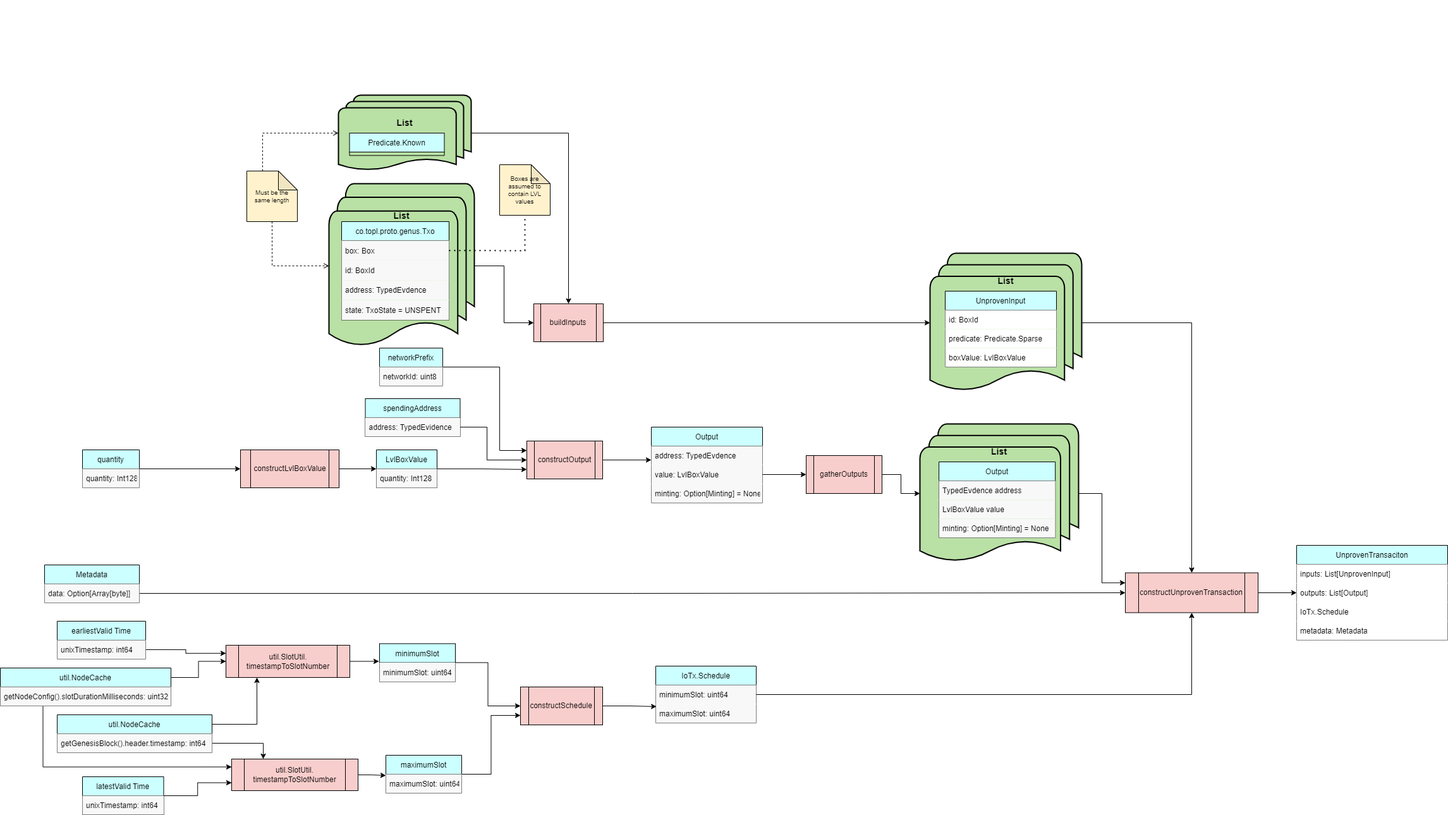
Above: docs/Modules/NativeTransactor/transaction_builder.drawio.png in Topl/BramblSc-docs (draw.io), before the change. Source tidied: cells renumbered, new cells last; positions are measured from the earlier drawing's top-left corner, leaving out a move shared by most shapes.
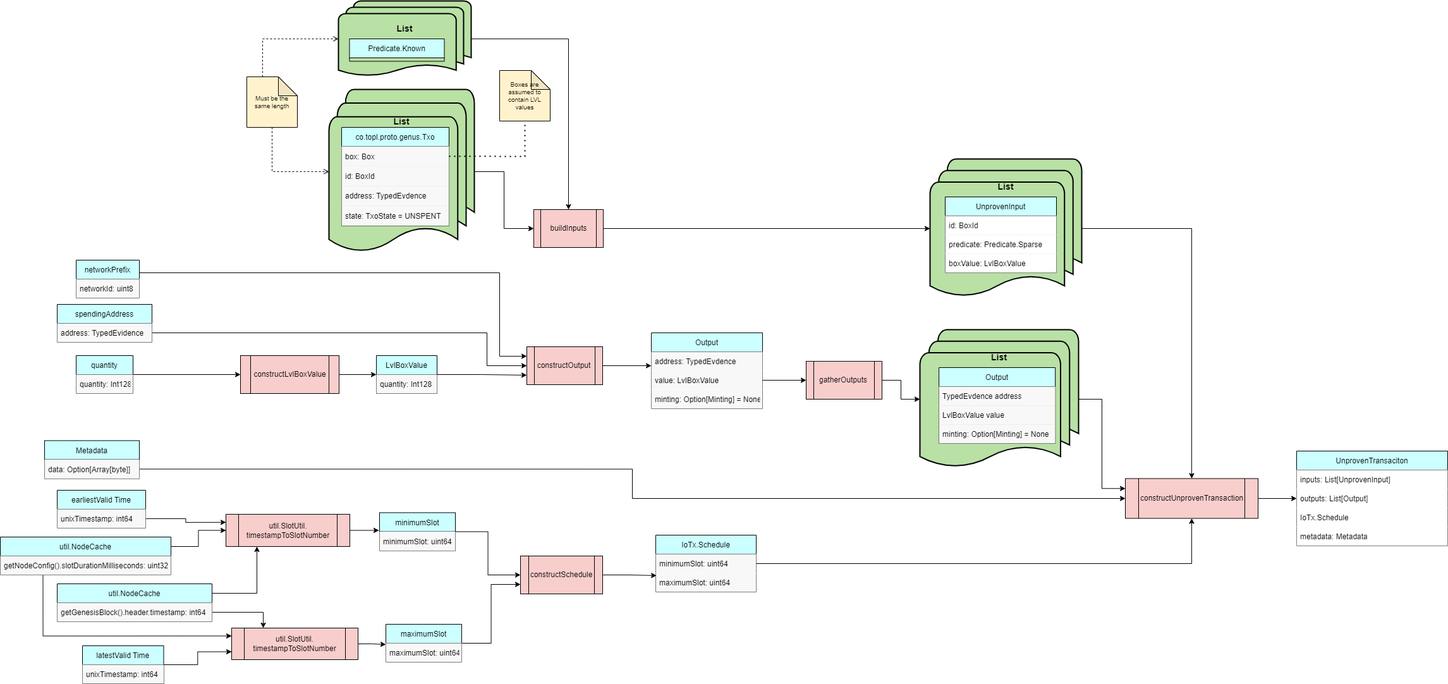
After the commit.

Diff of the diagram source:
```diff
@@ -2,12 +2,6 @@
   <root>
     <mxCell id="0" />
     <mxCell id="1" parent="0" />
-    <mxCell id="2" style="group;" parent="1" vertex="1">
-      <mxGeometry x="505" width="240" height="310" as="geometry" />
-    </mxCell>
-    <mxCell id="3" value="Predicate.Sparse" style="swimlane;fontStyle=0;horizontal=1;startSize=30;fillColor=#CCFFFF;" parent="2" vertex="1">
-      <mxGeometry x="51" y="172.7" width="150" height="73.3" as="geometry" />
-    </mxCell>
     <mxCell id="4" style="edgeStyle=orthogonalEdgeStyle;rounded=0;jettySize=auto;html=1;entryX=0;entryY=0.5;entryDx=0;entryDy=0;fontSize=10;endArrow=classic;endFill=1;" parent="1" edge="1" source="5" target="70">
       <mxGeometry relative="1" as="geometry" />
     </mxCell>
@@ -15,7 +9,7 @@
       <mxGeometry x="1780" y="905.5" width="210" height="63" as="geometry" />
     </mxCell>
     <mxCell id="6" value="IoTx.Schedule" style="swimlane;fontStyle=0;horizontal=1;startSize=30;fillColor=#CCFFFF;" parent="1" vertex="1">
-      <mxGeometry x="1037" y="1053" width="159" height="90" as="geometry" />
+      <mxGeometry x="1037" y="995" width="159" height="90" as="geometry" />
     </mxCell>
     <mxCell id="7" value="minimumSlot: uint64" style="text;strokeColor=none;fillColor=#F8F8F8;align=left;verticalAlign=middle;spacingLeft=4;spacingRight=4;overflow=hidden;" parent="6" vertex="1">
       <mxGeometry y="30" width="159" height="30" as="geometry" />
@@ -25,17 +19,17 @@
     </mxCell>
     <mxCell id="9" style="edgeStyle=orthogonalEdgeStyle;rounded=0;jettySize=auto;html=1;entryX=0.007;entryY=1.133;entryDx=0;entryDy=0;entryPerimeter=0;exitX=1;exitY=0.5;exitDx=0;exitDy=0;" parent="1" edge="1" source="10">
       <mxGeometry relative="1" as="geometry">
-        <mxPoint x="1038.1" y="1117" as="targetPoint" />
+        <mxPoint x="1038.1" y="1059" as="targetPoint" />
       </mxGeometry>
     </mxCell>
     <mxCell id="10" value="constructSchedule" style="shape=process;whiteSpace=wrap;html=1;backgroundOutline=1;fillColor=#F8CECC;" parent="1" vertex="1">
-      <mxGeometry x="823" y="1086" width="130" height="60" as="geometry" />
+      <mxGeometry x="823" y="1028" width="130" height="60" as="geometry" />
     </mxCell>
     <mxCell id="11" style="edgeStyle=orthogonalEdgeStyle;rounded=0;jettySize=auto;html=1;entryX=0;entryY=0.5;entryDx=0;entryDy=0;" parent="1" edge="1" source="12" target="10">
       <mxGeometry relative="1" as="geometry" />
     </mxCell>
     <mxCell id="12" value="minimumSlot" style="swimlane;fontStyle=0;horizontal=1;startSize=30;fillColor=#CCFFFF;" parent="1" vertex="1">
-      <mxGeometry x="600" y="1017.5" width="120" height="60" as="geometry" />
+      <mxGeometry x="600" y="959.5" width="120" height="60" as="geometry" />
     </mxCell>
     <mxCell id="13" value="minimumSlot: uint64" style="text;strokeColor=none;fillColor=#F8F8F8;align=left;verticalAlign=middle;spacingLeft=4;spacingRight=4;overflow=hidden;points=[[0,0.5],[1,0.5]];portConstraint=eastwest;" parent="12" vertex="1">
       <mxGeometry y="30" width="120" height="30" as="geometry" />
@@ -44,7 +38,7 @@
       <mxGeometry relative="1" as="geometry" />
     </mxCell>
     <mxCell id="15" value="maximumSlot" style="swimlane;fontStyle=0;horizontal=1;startSize=30;fillColor=#CCFFFF;" parent="1" vertex="1">
-      <mxGeometry x="610" y="1194" width="120" height="60" as="geometry" />
+      <mxGeometry x="610" y="1136" width="120" height="60" as="geometry" />
     </mxCell>
     <mxCell id="16" value="maximumSlot: uint64" style="text;strokeColor=none;fillColor=#F8F8F8;align=left;verticalAlign=middle;spacingLeft=4;spacingRight=4;overflow=hidden;points=[[0,0.5],[1,0.5]];portConstraint=eastwest;" parent="15" vertex="1">
       <mxGeometry y="30" width="120" height="30" as="geometry" />
@@ -95,7 +89,7 @@
       <mxGeometry relative="1" as="geometry" />
     </mxCell>
     <mxCell id="32" value="quantity" style="swimlane;fontStyle=0;horizontal=1;startSize=30;fillColor=#CCFFFF;" parent="1" vertex="1">
-      <mxGeometry x="130" y="711" width="90" height="60" as="geometry" />
+      <mxGeometry x="120" y="711" width="90" height="60" as="geometry" />
     </mxCell>
     <mxCell id="33" value="quantity: Int128" style="text;strokeColor=none;fillColor=#F8F8F8;align=left;verticalAlign=middle;spacingLeft=4;spacingRight=4;overflow=hidden;" parent="32" vertex="1">
       <mxGeometry y="30" width="90" height="30" as="geometry" />
@@ -130,7 +124,7 @@
       </mxGeometry>
     </mxCell>
     <mxCell id="42" value="spendingAddress" style="swimlane;fontStyle=0;horizontal=1;startSize=30;fillColor=#CCFFFF;" parent="1" vertex="1">
-      <mxGeometry x="577.5" y="630" width="150" height="60" as="geometry" />
+      <mxGeometry x="90" y="630" width="150" height="60" as="geometry" />
     </mxCell>
     <mxCell id="43" value="address: TypedEvidence" style="text;strokeColor=none;fillColor=#F8F8F8;align=left;verticalAlign=middle;spacingLeft=4;spacingRight=4;overflow=hidden;points=[[0,0.5],[1,0.5]];portConstraint=eastwest;" parent="42" vertex="1">
       <mxGeometry y="30" width="150" height="30" as="geometry" />
@@ -144,7 +138,7 @@
       </mxGeometry>
     </mxCell>
     <mxCell id="45" value="networkPrefix" style="swimlane;fontStyle=0;horizontal=1;startSize=30;fillColor=#CCFFFF;" parent="1" vertex="1">
-      <mxGeometry x="600" y="550" width="100" height="60" as="geometry" />
+      <mxGeometry x="120" y="560" width="100" height="60" as="geometry" />
     </mxCell>
     <mxCell id="46" value="networkId: uint8" style="text;strokeColor=none;fillColor=#F8F8F8;align=left;verticalAlign=middle;spacingLeft=4;spacingRight=4;overflow=hidden;" parent="45" vertex="1">
       <mxGeometry y="30" width="100" height="30" as="geometry" />
@@ -207,7 +201,7 @@
       <mxGeometry relative="1" as="geometry" />
     </mxCell>
     <mxCell id="66" value="Metadata" style="swimlane;fontStyle=0;horizontal=1;startSize=30;fillColor=#CCFFFF;" parent="1" vertex="1">
-      <mxGeometry x="70" y="893" width="150" height="60" as="geometry" />
+      <mxGeometry x="70" y="845.5" width="150" height="60" as="geometry" />
     </mxCell>
     <mxCell id="67" value="data: Option[Array[byte]]" style="text;strokeColor=none;fillColor=#F8F8F8;align=left;verticalAlign=middle;spacingLeft=4;spacingRight=4;overflow=hidden;points=[[0,0.5],[1,0.5]];portConstraint=eastwest;" parent="66" vertex="1">
       <mxGeometry y="30" width="150" height="30" as="geometry" />
@@ -228,7 +222,7 @@
       <mxGeometry y="120" width="239" height="30" as="geometry" />
     </mxCell>
     <mxCell id="73" value="latestValid Time" style="swimlane;fontStyle=0;horizontal=1;startSize=30;fillColor=#CCFFFF;" parent="1" vertex="1">
-      <mxGeometry x="130" y="1228" width="128.5" height="60" as="geometry" />
+      <mxGeometry x="130" y="1170" width="128.5" height="60" as="geometry" />
     </mxCell>
     <mxCell id="74" value="unixTimestamp: int64" style="text;strokeColor=none;fillColor=#F8F8F8;align=left;verticalAlign=middle;spacingLeft=4;spacingRight=4;overflow=hidden;" parent="73" vertex="1">
       <mxGeometry y="30" width="128.5" height="30" as="geometry" />
@@ -237,7 +231,7 @@
       <mxGeometry relative="1" as="geometry" />
     </mxCell>
     <mxCell id="76" value="util.SlotUtil.&lt;br&gt;timestampToSlotNumber" style="shape=process;whiteSpace=wrap;html=1;backgroundOutline=1;fillColor=#F8CECC;" parent="1" vertex="1">
-      <mxGeometry x="366" y="1200" width="200" height="50" as="geometry" />
+      <mxGeometry x="366" y="1142" width="200" height="50" as="geometry" />
     </mxCell>
     <mxCell id="77" style="edgeStyle=orthogonalEdgeStyle;rounded=0;jettySize=auto;html=1;fontSize=18;endArrow=classic;endFill=1;entryX=0;entryY=0.75;entryDx=0;entryDy=0;exitX=1;exitY=0.5;exitDx=0;exitDy=0;" parent="1" edge="1" source="73" target="76">
       <mxGeometry relative="1" as="geometry" />
@@ -246,13 +240,13 @@
       <mxGeometry relative="1" as="geometry" />
     </mxCell>
     <mxCell id="79" value="util.SlotUtil.&lt;br&gt;timestampToSlotNumber" style="shape=process;whiteSpace=wrap;html=1;backgroundOutline=1;fillColor=#F8CECC;" parent="1" vertex="1">
-      <mxGeometry x="357" y="1020" width="196" height="51" as="geometry" />
+      <mxGeometry x="357" y="962" width="196" height="51" as="geometry" />
     </mxCell>
     <mxCell id="80" style="edgeStyle=orthogonalEdgeStyle;rounded=0;jettySize=auto;html=1;fontSize=18;endArrow=classic;endFill=1;entryX=0;entryY=0.25;entryDx=0;entryDy=0;exitX=1;exitY=0.75;exitDx=0;exitDy=0;" parent="1" edge="1" source="81" target="79">
       <mxGeometry relative="1" as="geometry" />
     </mxCell>
     <mxCell id="81" value="earliestValid Time" style="swimlane;fontStyle=0;horizontal=1;startSize=30;fillColor=#CCFFFF;" parent="1" vertex="1">
-      <mxGeometry x="90" y="982" width="140" height="60" as="geometry" />
+      <mxGeometry x="90" y="924" width="140" height="60" as="geometry" />
     </mxCell>
     <mxCell id="82" value="unixTimestamp: int64" style="text;strokeColor=none;fillColor=#F8F8F8;align=left;verticalAlign=middle;spacingLeft=4;spacingRight=4;overflow=hidden;" parent="81" vertex="1">
       <mxGeometry y="30" width="140" height="30" as="geometry" />
@@ -264,7 +258,7 @@
       <mxGeometry relative="1" as="geometry" />
     </mxCell>
     <mxCell id="85" value="util.NodeCache" style="swimlane;fontStyle=0;horizontal=1;startSize=30;fillColor=#CCFFFF;" parent="1" vertex="1">
-      <mxGeometry x="90" y="1130" width="245" height="60" as="geometry" />
+      <mxGeometry x="90" y="1072" width="245" height="60" as="geometry" />
     </mxCell>
     <mxCell id="86" value="getGenesisBlock().header.timestamp: int64" style="text;strokeColor=none;fillColor=#F8F8F8;align=left;verticalAlign=middle;spacingLeft=4;spacingRight=4;overflow=hidden;" parent="85" vertex="1">
       <mxGeometry y="30" width="245" height="30" as="geometry" />
@@ -273,7 +267,7 @@
       <mxGeometry relative="1" as="geometry" />
     </mxCell>
     <mxCell id="88" value="util.NodeCache" style="swimlane;fontStyle=0;horizontal=1;startSize=30;fillColor=#CCFFFF;" parent="1" vertex="1">
-      <mxGeometry y="1056" width="270" height="60" as="geometry" />
+      <mxGeometry y="998" width="270" height="60" as="geometry" />
     </mxCell>
     <mxCell id="89" value="getNodeConfig().slotDurationMilliseconds: uint32" style="text;strokeColor=none;fillColor=#F8F8F8;align=left;verticalAlign=middle;spacingLeft=4;spacingRight=4;overflow=hidden;" parent="88" vertex="1">
       <mxGeometry y="30" width="270" height="30" as="geometry" />
@@ -297,10 +291,8 @@
         </Array>
       </mxGeometry>
     </mxCell>
-    <mxCell id="95" style="edgeStyle=orthogonalEdgeStyle;rounded=0;jettySize=auto;html=1;entryX=0.5;entryY=1;entryDx=0;entryDy=0;fontSize=18;exitX=1;exitY=0.5;exitDx=0;exitDy=0;" parent="1" edge="1" target="5">
-      <mxGeometry relative="1" as="geometry">
-        <mxPoint x="1196" y="1098" as="sourcePoint" />
-      </mxGeometry>
+    <mxCell id="95" style="edgeStyle=orthogonalEdgeStyle;rounded=0;jettySize=auto;html=1;entryX=0.5;entryY=1;entryDx=0;entryDy=0;fontSize=18;exitX=1;exitY=0.5;exitDx=0;exitDy=0;" parent="1" edge="1" source="6" target="5">
+      <mxGeometry relative="1" as="geometry" />
     </mxCell>
     <mxCell id="96" style="edgeStyle=orthogonalEdgeStyle;rounded=0;jettySize=auto;html=1;entryX=0;entryY=0.5;entryDx=0;entryDy=0;entryPerimeter=0;fontSize=18;" parent="1" edge="1" source="97" target="25">
       <mxGeometry relative="1" as="geometry" />
```
